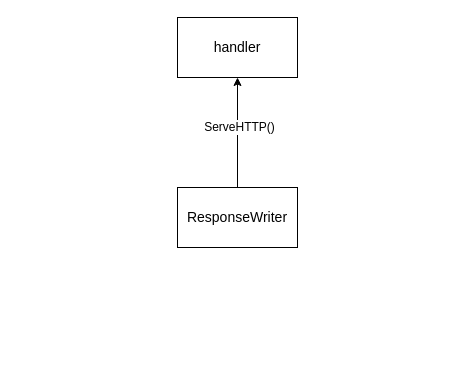
Earlier version of the draw.io diagram go-net.drawio (oiar/assets). Source tidied: cells renumbered, new cells numbered last; positions are measured from the earlier drawing's top-left corner, leaving out a move shared by most shapes. Both pictures are drawn from the tidied source at 100%, with x=0, y=0 at pixel (177, 17).
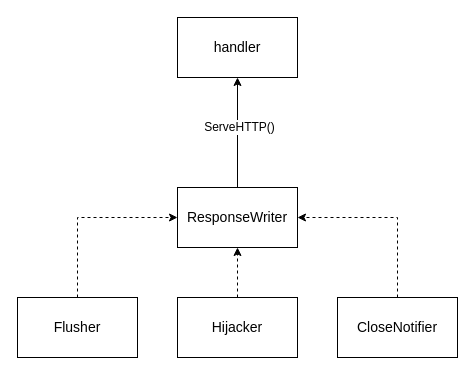
The same diagram, later.

Diff of the diagram source:
```diff
@@
 <mxGraphModel>
   <root>
     <mxCell id="0" />
     <mxCell id="1" parent="0" />
     <mxCell id="2" value="&lt;font style=&quot;font-size: 14px&quot;&gt;handler&lt;/font&gt;" style="rounded=0;whiteSpace=wrap;html=1;" parent="1" vertex="1">
       <mxGeometry width="120" height="60" as="geometry" />
     </mxCell>
     <mxCell id="3" style="edgeStyle=orthogonalEdgeStyle;rounded=0;jettySize=auto;html=1;exitX=0.5;exitY=0;exitDx=0;exitDy=0;entryX=0.5;entryY=1;entryDx=0;entryDy=0;" parent="1" edge="1" source="5" target="2">
       <mxGeometry relative="1" as="geometry" />
     </mxCell>
     <mxCell id="4" value="ServeHTTP()" style="text;html=1;align=center;verticalAlign=middle;labelBackgroundColor=#ffffff;" parent="3" vertex="1">
       <mxGeometry x="0.11" y="-1" relative="1" as="geometry" />
     </mxCell>
     <mxCell id="5" value="&lt;div style=&quot;font-size: 14px ; line-height: 21px ; white-space: pre&quot;&gt;&lt;span style=&quot;background-color: rgb(255 , 255 , 255)&quot;&gt;ResponseWriter&lt;/span&gt;&lt;/div&gt;" style="rounded=0;whiteSpace=wrap;html=1;" parent="1" vertex="1">
       <mxGeometry y="170" width="120" height="60" as="geometry" />
     </mxCell>
+    <mxCell id="6" style="edgeStyle=orthogonalEdgeStyle;rounded=0;jettySize=auto;html=1;exitX=0.5;exitY=0;exitDx=0;exitDy=0;entryX=1;entryY=0.5;entryDx=0;entryDy=0;dashed=1;" parent="1" edge="1" source="7" target="5">
+      <mxGeometry relative="1" as="geometry" />
+    </mxCell>
+    <mxCell id="7" value="&lt;div style=&quot;font-size: 14px ; line-height: 21px ; white-space: pre&quot;&gt;&lt;span style=&quot;background-color: rgb(255 , 255 , 255)&quot;&gt;CloseNotifier&lt;/span&gt;&lt;/div&gt;" style="rounded=0;whiteSpace=wrap;html=1;" parent="1" vertex="1">
+      <mxGeometry x="160" y="280" width="120" height="60" as="geometry" />
+    </mxCell>
+    <mxCell id="8" style="edgeStyle=orthogonalEdgeStyle;rounded=0;jettySize=auto;html=1;exitX=0.5;exitY=0;exitDx=0;exitDy=0;dashed=1;" parent="1" edge="1" source="9">
+      <mxGeometry relative="1" as="geometry">
+        <mxPoint x="60" y="230" as="targetPoint" />
+      </mxGeometry>
+    </mxCell>
+    <mxCell id="9" value="&lt;div style=&quot;font-size: 14px ; line-height: 21px ; white-space: pre&quot;&gt;&lt;span style=&quot;background-color: rgb(255 , 255 , 255)&quot;&gt;Hijacker&lt;/span&gt;&lt;/div&gt;" style="rounded=0;whiteSpace=wrap;html=1;" parent="1" vertex="1">
+      <mxGeometry y="280" width="120" height="60" as="geometry" />
+    </mxCell>
+    <mxCell id="10" style="edgeStyle=orthogonalEdgeStyle;rounded=0;jettySize=auto;html=1;exitX=0.5;exitY=0;exitDx=0;exitDy=0;entryX=0;entryY=0.5;entryDx=0;entryDy=0;dashed=1;" parent="1" edge="1" source="11" target="5">
+      <mxGeometry relative="1" as="geometry" />
+    </mxCell>
+    <mxCell id="11" value="&lt;div style=&quot;font-size: 14px ; line-height: 21px ; white-space: pre&quot;&gt;&lt;span style=&quot;background-color: rgb(255 , 255 , 255)&quot;&gt;Flusher&lt;/span&gt;&lt;/div&gt;" style="rounded=0;whiteSpace=wrap;html=1;" parent="1" vertex="1">
+      <mxGeometry x="-160" y="280" width="120" height="60" as="geometry" />
+    </mxCell>
   </root>
 </mxGraphModel>
```
